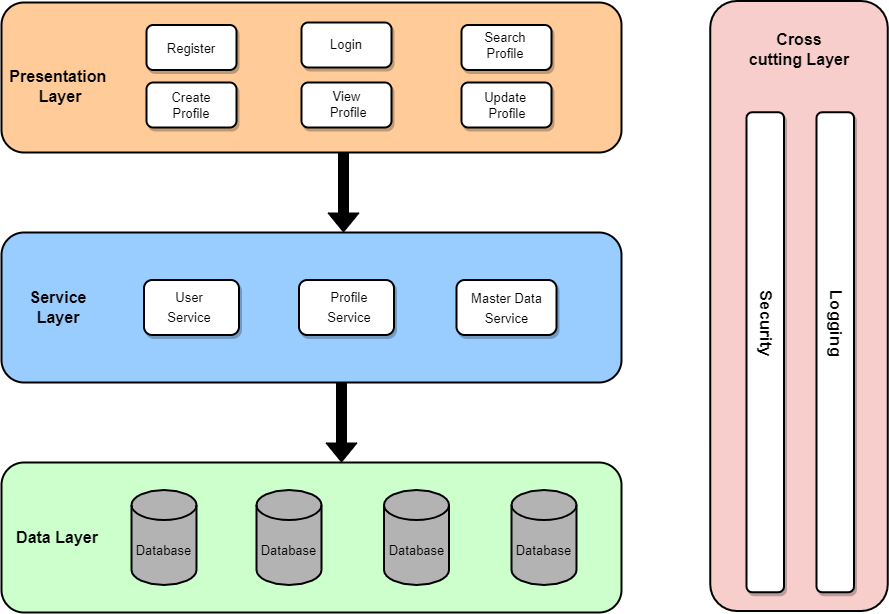
Before: Design/High Level/System Architecture.png, a diagram exported from draw.io (AspireTeamGenesis/Profile_Management). Source tidied: cells renumbered, new cells last; positions are measured from the earlier drawing's top-left corner, leaving out a move shared by most shapes.
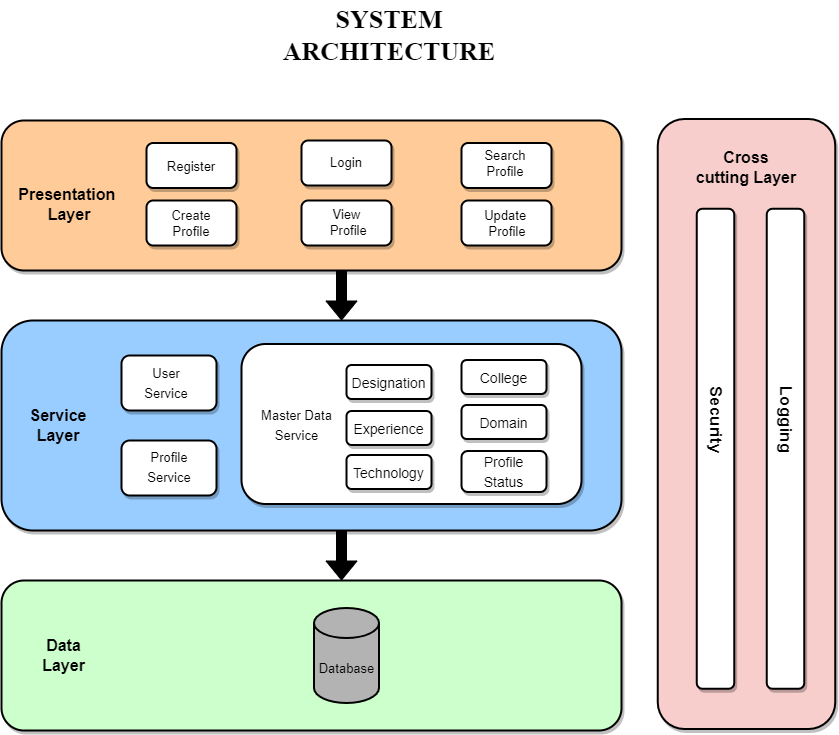
The same file after the commit.

Commit message:
Updated system architecture

The edit, as a diff of the source:
```diff
@@ -2,119 +2,131 @@
   <root>
     <mxCell id="0" />
     <mxCell id="1" parent="0" />
-    <mxCell id="2" style="rounded=1;whiteSpace=wrap;html=1;fillColor=#FFCC99;strokeWidth=2;" parent="1" vertex="1">
-      <mxGeometry width="620" height="150" as="geometry" />
+    <mxCell id="2" style="rounded=1;whiteSpace=wrap;html=1;fillColor=#FFCC99;strokeWidth=2;shadow=1;sketch=0;" parent="1" vertex="1">
+      <mxGeometry x="340" y="-200" width="620" height="150" as="geometry" />
     </mxCell>
     <mxCell id="3" value="&lt;font style=&quot;font-size: 16px&quot;&gt;&lt;b&gt;Presentation&amp;nbsp;&lt;br&gt;Layer&lt;/b&gt;&lt;/font&gt;" style="text;html=1;strokeColor=none;fillColor=none;align=center;verticalAlign=middle;whiteSpace=wrap;rounded=0;" parent="1" vertex="1">
-      <mxGeometry x="29" y="50" width="60" height="67.5" as="geometry" />
+      <mxGeometry x="378" y="-150" width="60" height="67.5" as="geometry" />
     </mxCell>
     <mxCell id="4" style="rounded=1;whiteSpace=wrap;html=1;fontSize=16;strokeWidth=2;shadow=1;" parent="1" vertex="1">
-      <mxGeometry x="145" y="22.5" width="90" height="45" as="geometry" />
+      <mxGeometry x="485" y="-177.5" width="90" height="45" as="geometry" />
     </mxCell>
     <mxCell id="5" value="&lt;font style=&quot;font-size: 13px&quot;&gt;Register&lt;/font&gt;" style="text;html=1;strokeColor=none;fillColor=none;align=center;verticalAlign=middle;whiteSpace=wrap;rounded=0;fontSize=16;" parent="1" vertex="1">
-      <mxGeometry x="160" y="30" width="60" height="30" as="geometry" />
+      <mxGeometry x="500" y="-170" width="60" height="30" as="geometry" />
     </mxCell>
     <mxCell id="6" style="rounded=1;whiteSpace=wrap;html=1;fontSize=16;strokeWidth=2;shadow=1;" parent="1" vertex="1">
-      <mxGeometry x="300" y="20" width="90" height="45" as="geometry" />
+      <mxGeometry x="640" y="-180" width="90" height="45" as="geometry" />
     </mxCell>
     <mxCell id="7" style="rounded=1;whiteSpace=wrap;html=1;fontSize=16;strokeWidth=2;shadow=1;" parent="1" vertex="1">
-      <mxGeometry x="460" y="22.5" width="90" height="45" as="geometry" />
+      <mxGeometry x="800" y="-177.5" width="90" height="45" as="geometry" />
     </mxCell>
     <mxCell id="8" style="rounded=1;whiteSpace=wrap;html=1;fontSize=16;strokeWidth=2;shadow=1;" parent="1" vertex="1">
-      <mxGeometry x="145" y="80" width="90" height="45" as="geometry" />
+      <mxGeometry x="485" y="-120" width="90" height="45" as="geometry" />
     </mxCell>
     <mxCell id="9" value="Login" style="text;html=1;strokeColor=none;fillColor=none;align=center;verticalAlign=middle;whiteSpace=wrap;rounded=0;fontSize=13;" parent="1" vertex="1">
-      <mxGeometry x="315" y="27" width="60" height="30" as="geometry" />
+      <mxGeometry x="655" y="-173" width="60" height="30" as="geometry" />
     </mxCell>
     <mxCell id="10" value="Search Profile" style="text;html=1;strokeColor=none;fillColor=none;align=center;verticalAlign=middle;whiteSpace=wrap;rounded=0;fontSize=13;" parent="1" vertex="1">
-      <mxGeometry x="474" y="27.5" width="60" height="30" as="geometry" />
+      <mxGeometry x="814" y="-172.5" width="60" height="30" as="geometry" />
     </mxCell>
     <mxCell id="11" style="rounded=1;whiteSpace=wrap;html=1;fontSize=16;strokeWidth=2;shadow=1;" parent="1" vertex="1">
-      <mxGeometry x="460" y="80" width="90" height="45" as="geometry" />
+      <mxGeometry x="800" y="-120" width="90" height="45" as="geometry" />
     </mxCell>
     <mxCell id="12" style="rounded=1;whiteSpace=wrap;html=1;fontSize=16;strokeWidth=2;shadow=1;" parent="1" vertex="1">
-      <mxGeometry x="300" y="80" width="90" height="45" as="geometry" />
+      <mxGeometry x="640" y="-120" width="90" height="45" as="geometry" />
     </mxCell>
     <mxCell id="13" value="Create Profile" style="text;html=1;strokeColor=none;fillColor=none;align=center;verticalAlign=middle;whiteSpace=wrap;rounded=0;fontSize=13;" parent="1" vertex="1">
-      <mxGeometry x="160" y="87.5" width="60" height="30" as="geometry" />
+      <mxGeometry x="500" y="-112.5" width="60" height="30" as="geometry" />
     </mxCell>
     <mxCell id="14" value="View&lt;br&gt;&amp;nbsp;Profile" style="text;html=1;align=center;verticalAlign=middle;strokeColor=none;fillColor=none;fontSize=13;" parent="1" vertex="1">
-      <mxGeometry x="315" y="82" width="60" height="40" as="geometry" />
+      <mxGeometry x="655" y="-118" width="60" height="40" as="geometry" />
     </mxCell>
     <mxCell id="15" value="Update&amp;nbsp;&lt;br&gt;Profile" style="text;html=1;strokeColor=none;fillColor=none;align=center;verticalAlign=middle;whiteSpace=wrap;rounded=0;fontSize=13;" parent="1" vertex="1">
-      <mxGeometry x="476" y="88" width="60" height="30" as="geometry" />
+      <mxGeometry x="816" y="-112" width="60" height="30" as="geometry" />
     </mxCell>
-    <mxCell id="16" style="rounded=1;whiteSpace=wrap;html=1;fillColor=#99CCFF;strokeWidth=2;" parent="1" vertex="1">
-      <mxGeometry y="230" width="620" height="150" as="geometry" />
+    <mxCell id="16" style="rounded=1;whiteSpace=wrap;html=1;fillColor=#99CCFF;strokeWidth=2;shadow=1;sketch=0;" parent="1" vertex="1">
+      <mxGeometry x="340" width="620" height="210" as="geometry" />
     </mxCell>
     <mxCell id="17" value="&lt;font style=&quot;font-size: 16px&quot;&gt;&lt;b&gt;Service&lt;br&gt;Layer&lt;/b&gt;&lt;/font&gt;" style="text;html=1;strokeColor=none;fillColor=none;align=center;verticalAlign=middle;whiteSpace=wrap;rounded=0;" parent="1" vertex="1">
-      <mxGeometry x="7" y="290" width="100" height="30" as="geometry" />
+      <mxGeometry x="347" y="90" width="100" height="30" as="geometry" />
     </mxCell>
     <mxCell id="18" style="rounded=1;whiteSpace=wrap;html=1;fontSize=16;strokeWidth=2;shadow=1;" parent="1" vertex="1">
-      <mxGeometry x="142.5" y="277.5" width="95" height="55" as="geometry" />
+      <mxGeometry x="460" y="35" width="95" height="55" as="geometry" />
     </mxCell>
     <mxCell id="19" value="&lt;span style=&quot;font-size: 13px&quot;&gt;User&lt;br&gt;Service&lt;br&gt;&lt;/span&gt;" style="text;html=1;strokeColor=none;fillColor=none;align=center;verticalAlign=middle;whiteSpace=wrap;rounded=0;fontSize=16;" parent="1" vertex="1">
-      <mxGeometry x="157.5" y="289" width="60" height="30" as="geometry" />
+      <mxGeometry x="475" y="46.5" width="60" height="30" as="geometry" />
     </mxCell>
     <mxCell id="20" style="rounded=1;whiteSpace=wrap;html=1;fontSize=16;strokeWidth=2;shadow=1;" parent="1" vertex="1">
-      <mxGeometry x="297.5" y="277.5" width="95" height="55" as="geometry" />
+      <mxGeometry x="460" y="120" width="95" height="55" as="geometry" />
     </mxCell>
     <mxCell id="21" value="&lt;span style=&quot;font-size: 13px&quot;&gt;Profile&lt;br&gt;Service&lt;br&gt;&lt;/span&gt;" style="text;html=1;strokeColor=none;fillColor=none;align=center;verticalAlign=middle;whiteSpace=wrap;rounded=0;fontSize=16;" parent="1" vertex="1">
-      <mxGeometry x="312.5" y="285" width="70" height="37.5" as="geometry" />
+      <mxGeometry x="473" y="127.5" width="70" height="37.5" as="geometry" />
     </mxCell>
     <mxCell id="22" style="rounded=1;whiteSpace=wrap;html=1;fontSize=16;strokeWidth=2;shadow=1;" parent="1" vertex="1">
-      <mxGeometry x="455" y="277.5" width="100" height="55" as="geometry" />
+      <mxGeometry x="580" y="23.5" width="340" height="160" as="geometry" />
     </mxCell>
     <mxCell id="23" value="&lt;span style=&quot;font-size: 13px&quot;&gt;Master Data&lt;br&gt;Service&lt;br&gt;&lt;/span&gt;" style="text;html=1;strokeColor=none;fillColor=none;align=center;verticalAlign=middle;whiteSpace=wrap;rounded=1;fontSize=16;shadow=1;" parent="1" vertex="1">
-      <mxGeometry x="463" y="290" width="85" height="30" as="geometry" />
+      <mxGeometry x="593" y="83.5" width="85" height="40" as="geometry" />
     </mxCell>
-    <mxCell id="24" style="rounded=1;whiteSpace=wrap;html=1;fillColor=#CCFFCC;strokeWidth=2;" parent="1" vertex="1">
-      <mxGeometry y="460" width="620" height="150" as="geometry" />
+    <mxCell id="24" style="rounded=1;whiteSpace=wrap;html=1;fillColor=#CCFFCC;strokeWidth=2;shadow=1;sketch=0;" parent="1" vertex="1">
+      <mxGeometry x="340" y="260" width="620" height="150" as="geometry" />
     </mxCell>
     <mxCell id="25" value="&lt;span style=&quot;font-size: 16px&quot;&gt;&lt;b&gt;Data Layer&lt;/b&gt;&lt;/span&gt;" style="text;html=1;strokeColor=none;fillColor=none;align=center;verticalAlign=middle;whiteSpace=wrap;rounded=0;" parent="1" vertex="1">
-      <mxGeometry x="11" y="520" width="90" height="30" as="geometry" />
+      <mxGeometry x="365" y="320" width="75" height="30" as="geometry" />
     </mxCell>
-    <mxCell id="26" value="Database" style="shape=cylinder3;whiteSpace=wrap;html=1;boundedLbl=1;backgroundOutline=1;size=15;fontSize=13;fillColor=#B3B3B3;strokeWidth=2;" parent="1" vertex="1">
-      <mxGeometry x="130" y="487.5" width="65" height="95" as="geometry" />
-    </mxCell>
-    <mxCell id="27" style="rounded=1;whiteSpace=wrap;html=1;rotation=90;fillColor=#f8cecc;strokeColor=#000000;strokeWidth=2;" parent="1" vertex="1">
-      <mxGeometry x="492.5" y="214.8" width="610" height="177.5" as="geometry" />
+    <mxCell id="27" style="rounded=1;whiteSpace=wrap;html=1;rotation=90;fillColor=#f8cecc;strokeColor=#000000;strokeWidth=2;shadow=1;sketch=0;" parent="1" vertex="1">
+      <mxGeometry x="780" y="14.8" width="610" height="177.5" as="geometry" />
     </mxCell>
     <mxCell id="28" value="&lt;font style=&quot;font-size: 16px&quot;&gt;&lt;b&gt;Cross&lt;br&gt;cutting Layer&lt;/b&gt;&lt;/font&gt;" style="text;html=1;strokeColor=none;fillColor=none;align=center;verticalAlign=middle;whiteSpace=wrap;rounded=0;" parent="1" vertex="1">
-      <mxGeometry x="742.5" y="16.5" width="110" height="60" as="geometry" />
+      <mxGeometry x="1030" y="-183.5" width="110" height="60" as="geometry" />
     </mxCell>
     <mxCell id="29" style="rounded=1;whiteSpace=wrap;html=1;fontSize=16;rotation=90;strokeWidth=2;glass=0;shadow=1;sketch=0;" parent="1" vertex="1">
-      <mxGeometry x="523.8" y="331" width="480" height="37.5" as="geometry" />
+      <mxGeometry x="814" y="109.5" width="480" height="37.5" as="geometry" />
     </mxCell>
     <mxCell id="30" value="Security" style="text;html=1;strokeColor=none;fillColor=none;align=center;verticalAlign=middle;whiteSpace=wrap;rounded=0;fontSize=17;rotation=90;fontStyle=1;" parent="1" vertex="1">
-      <mxGeometry x="733.8" y="306" width="60" height="30" as="geometry" />
+      <mxGeometry x="1024" y="84.5" width="60" height="30" as="geometry" />
     </mxCell>
     <mxCell id="31" style="rounded=1;whiteSpace=wrap;html=1;fontSize=16;rotation=90;strokeWidth=2;glass=0;shadow=1;sketch=0;" parent="1" vertex="1">
-      <mxGeometry x="593.8" y="331" width="480" height="37.5" as="geometry" />
+      <mxGeometry x="884" y="109.5" width="480" height="37.5" as="geometry" />
     </mxCell>
     <mxCell id="32" value="Logging" style="text;html=1;strokeColor=none;fillColor=none;align=center;verticalAlign=middle;whiteSpace=wrap;rounded=0;fontSize=17;rotation=90;fontStyle=1;" parent="1" vertex="1">
-      <mxGeometry x="803.8" y="306" width="60" height="30" as="geometry" />
+      <mxGeometry x="1094" y="84.5" width="60" height="30" as="geometry" />
     </mxCell>
     <mxCell id="33" style="shape=flexArrow;endArrow=classic;html=1;rounded=0;fontSize=16;fillColor=#000000;" parent="1" edge="1">
       <mxGeometry relative="1" as="geometry">
-        <mxPoint x="340" y="380" as="sourcePoint" />
-        <mxPoint x="340" y="460" as="targetPoint" />
+        <mxPoint x="680" y="210" as="sourcePoint" />
+        <mxPoint x="680" y="260" as="targetPoint" />
       </mxGeometry>
     </mxCell>
     <mxCell id="34" style="shape=flexArrow;endArrow=classic;html=1;rounded=0;fontSize=16;fillColor=#000000;" parent="1" edge="1">
       <mxGeometry relative="1" as="geometry">
-        <mxPoint x="342" y="150" as="sourcePoint" />
-        <mxPoint x="342" y="230" as="targetPoint" />
+        <mxPoint x="680" y="-50" as="sourcePoint" />
+        <mxPoint x="680" as="targetPoint" />
       </mxGeometry>
     </mxCell>
     <mxCell id="35" value="Database" style="shape=cylinder3;whiteSpace=wrap;html=1;boundedLbl=1;backgroundOutline=1;size=15;fontSize=13;fillColor=#B3B3B3;strokeWidth=2;" parent="1" vertex="1">
-      <mxGeometry x="255" y="487.5" width="65" height="95" as="geometry" />
+      <mxGeometry x="652.5" y="287.5" width="65" height="95" as="geometry" />
     </mxCell>
-    <mxCell id="36" value="Database" style="shape=cylinder3;whiteSpace=wrap;html=1;boundedLbl=1;backgroundOutline=1;size=15;fontSize=13;fillColor=#B3B3B3;strokeWidth=2;" parent="1" vertex="1">
-      <mxGeometry x="382.5" y="487.5" width="65" height="95" as="geometry" />
-    </mxCell>
-    <mxCell id="37" value="Database" style="shape=cylinder3;whiteSpace=wrap;html=1;boundedLbl=1;backgroundOutline=1;size=15;fontSize=13;fillColor=#B3B3B3;strokeWidth=2;" parent="1" vertex="1">
-      <mxGeometry x="510" y="487.5" width="65" height="95" as="geometry" />
-    </mxCell>
+    <mxCell id="38" value="&lt;font style=&quot;font-size: 14px&quot;&gt;Domain&lt;/font&gt;" style="rounded=1;whiteSpace=wrap;html=1;fontSize=16;strokeWidth=2;shadow=1;" parent="1" vertex="1">
+      <mxGeometry x="800" y="84.5" width="85" height="34" as="geometry" />
+    </mxCell>
+    <mxCell id="39" value="&lt;font style=&quot;font-size: 14px&quot;&gt;Experience&lt;/font&gt;" style="rounded=1;whiteSpace=wrap;html=1;fontSize=16;strokeWidth=2;shadow=1;" parent="1" vertex="1">
+      <mxGeometry x="685" y="90.5" width="85" height="34" as="geometry" />
+    </mxCell>
+    <mxCell id="40" value="&lt;font style=&quot;font-size: 14px&quot;&gt;College&lt;/font&gt;" style="rounded=1;whiteSpace=wrap;html=1;fontSize=16;strokeWidth=2;shadow=1;" parent="1" vertex="1">
+      <mxGeometry x="800" y="39.5" width="85" height="34" as="geometry" />
+    </mxCell>
+    <mxCell id="41" value="&lt;font style=&quot;font-size: 14px&quot;&gt;Designation&lt;/font&gt;" style="rounded=1;whiteSpace=wrap;html=1;fontSize=16;strokeWidth=2;shadow=1;" parent="1" vertex="1">
+      <mxGeometry x="685" y="44.5" width="85" height="34" as="geometry" />
+    </mxCell>
+    <mxCell id="42" value="&lt;font style=&quot;font-size: 14px ; line-height: 0&quot;&gt;Profile Status&lt;/font&gt;" style="rounded=1;whiteSpace=wrap;html=1;fontSize=16;strokeWidth=2;shadow=1;" parent="1" vertex="1">
+      <mxGeometry x="800" y="130.5" width="85" height="41" as="geometry" />
+    </mxCell>
+    <mxCell id="43" value="&lt;font style=&quot;font-size: 14px&quot;&gt;Technology&lt;/font&gt;" style="rounded=1;whiteSpace=wrap;html=1;fontSize=16;strokeWidth=2;shadow=1;" parent="1" vertex="1">
+      <mxGeometry x="685" y="134.5" width="85" height="34" as="geometry" />
+    </mxCell>
+    <mxCell id="44" value="&lt;font style=&quot;font-size: 26px&quot; face=&quot;Times New Roman&quot;&gt;&lt;span&gt;SYSTEM ARCHITECTURE&lt;/span&gt;&lt;/font&gt;" style="text;html=1;strokeColor=none;fillColor=none;align=center;verticalAlign=middle;whiteSpace=wrap;rounded=0;shadow=1;sketch=0;fontSize=14;fontStyle=1;" parent="1" vertex="1">
+      <mxGeometry x="602.5" y="-320" width="250" height="70" as="geometry" />
+    </mxCell>
   </root>
 </mxGraphModel>
```
